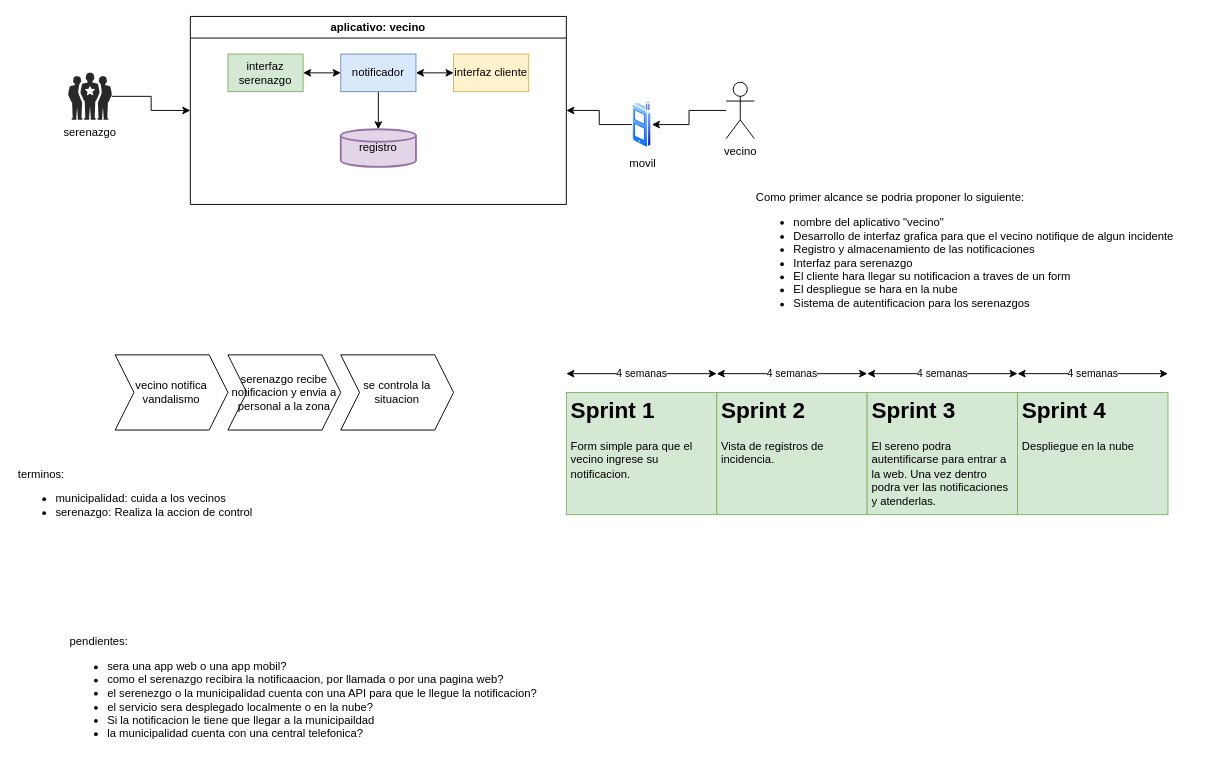
This is Diagrama sin título.drawio from josueelias9/RetoTecnico, a draw.io file, before an edit. Source tidied: cells renumbered, new cells numbered last; positions are measured from the earlier drawing's top-left corner, leaving out a move shared by most shapes. Both pictures are drawn from the tidied source at 94%, with x=0, y=0 at pixel (16, 16).
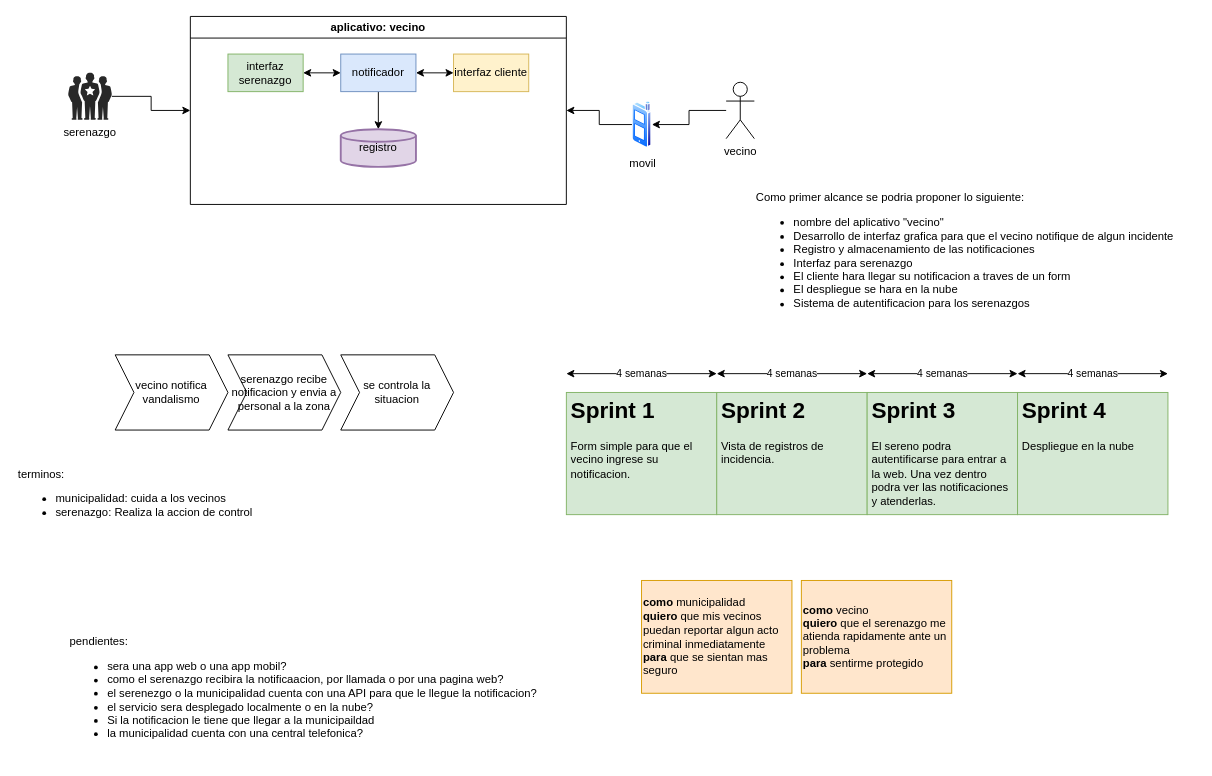
The same diagram, later.

Change to the diagram source:
```diff
@@
+    <mxCell id="30" value="&lt;b&gt;como&lt;/b&gt; municipalidad&lt;br&gt;&lt;b&gt;quiero&lt;/b&gt; que mis vecinos puedan reportar algun acto criminal inmediatamente&lt;br&gt;&lt;b&gt;para&lt;/b&gt; que se sientan mas seguro" style="rounded=0;whiteSpace=wrap;html=1;align=left;fillColor=#ffe6cc;strokeColor=#d79b00;" parent="1" vertex="1">
+      <mxGeometry x="665" y="600" width="160" height="120" as="geometry" />
+    </mxCell>
+    <mxCell id="31" value="&lt;b&gt;como&lt;/b&gt; vecino&lt;br&gt;&lt;b&gt;quiero&lt;/b&gt;&amp;nbsp;que el serenazgo me atienda rapidamente ante un problema&lt;br&gt;&lt;b&gt;para&lt;/b&gt; sentirme protegido" style="rounded=0;whiteSpace=wrap;html=1;align=left;fillColor=#ffe6cc;strokeColor=#d79b00;" parent="1" vertex="1">
+      <mxGeometry x="835" y="600" width="160" height="120" as="geometry" />
+    </mxCell>
```
